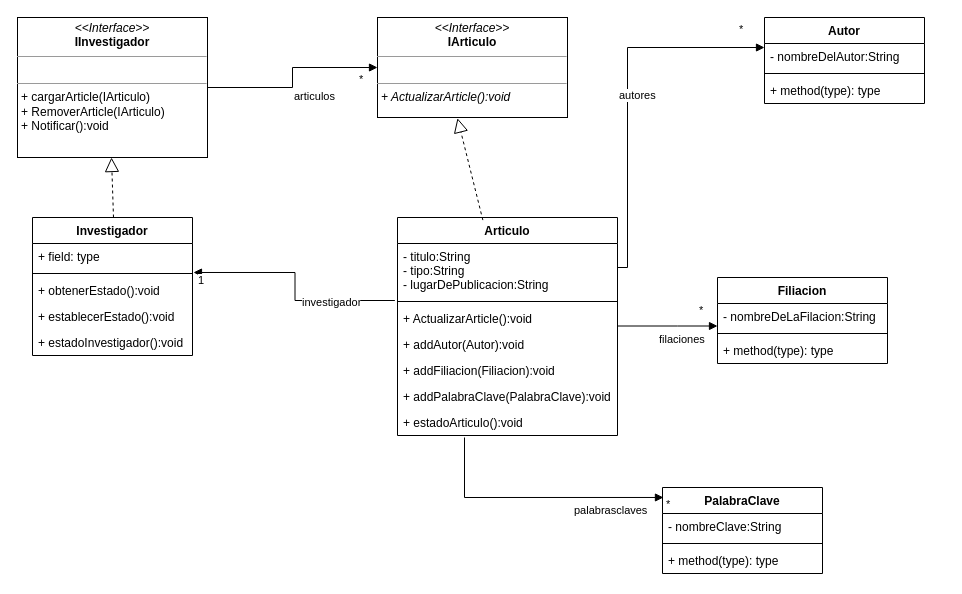
This is unq-po2-Observer-Publicaciones.drawio from nhubczyk/Diagramas-UML, a draw.io file, before an edit. Source tidied: cells renumbered, new cells numbered last; positions are measured from the earlier drawing's top-left corner, leaving out a move shared by most shapes. Both pictures are drawn from the tidied source at 100%, with x=0, y=0 at pixel (17, 17).
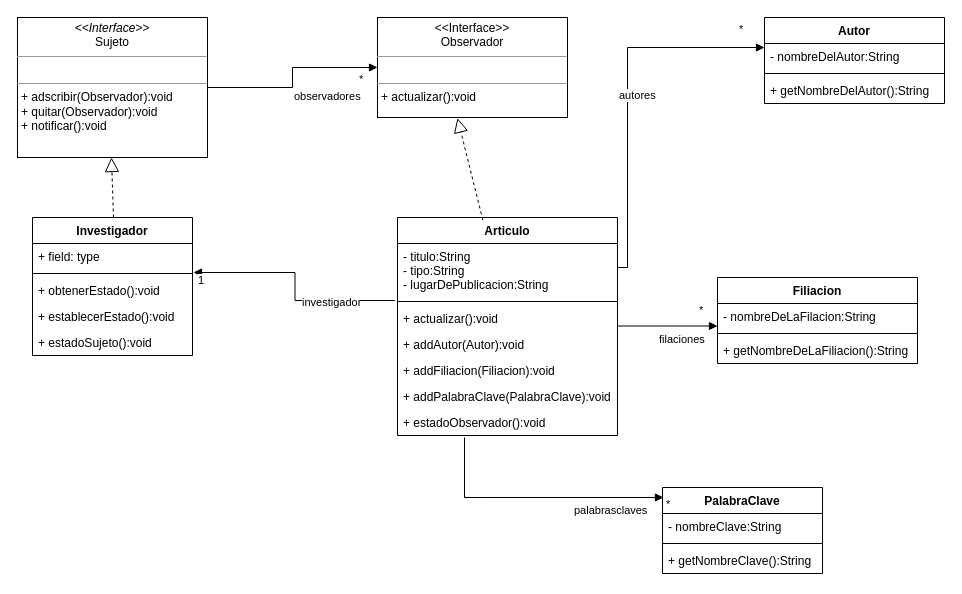
The same page after the edit.

The change refers to these unchanged cells:
```xml
<mxCell id="6" value="Articulo" style="swimlane;fontStyle=1;align=center;verticalAlign=top;horizontal=1;startSize=26;" parent="1" vertex="1">
  <mxGeometry x="380" y="200" width="220" height="218" as="geometry" />
</mxCell>
<mxCell id="15" value="Investigador" style="swimlane;fontStyle=1;align=center;verticalAlign=top;horizontal=1;startSize=26;" parent="1" vertex="1">
  <mxGeometry x="15" y="200" width="160" height="138" as="geometry" />
</mxCell>
<mxCell id="36" value="PalabraClave" style="swimlane;fontStyle=1;align=center;verticalAlign=top;horizontal=1;startSize=26;" parent="1" vertex="1">
  <mxGeometry x="645" y="470" width="160" height="86" as="geometry" />
</mxCell>
```

Change to the diagram source:
```diff
@@
-    <mxCell id="2" value="&lt;p style=&quot;margin:0px;margin-top:4px;text-align:center;&quot;&gt;&lt;i&gt;&amp;lt;&amp;lt;Interface&amp;gt;&amp;gt;&lt;/i&gt;&lt;br&gt;&lt;b&gt;IInvestigador&lt;/b&gt;&lt;/p&gt;&lt;hr size=&quot;1&quot;&gt;&lt;p style=&quot;margin:0px;margin-left:4px;&quot;&gt;&lt;br&gt;&lt;/p&gt;&lt;hr size=&quot;1&quot;&gt;&lt;p style=&quot;margin:0px;margin-left:4px;&quot;&gt;+ cargarArticle(IArticulo)&lt;/p&gt;&lt;p style=&quot;margin:0px;margin-left:4px;&quot;&gt;+ RemoverArticle(IArticulo)&lt;/p&gt;&lt;p style=&quot;margin:0px;margin-left:4px;&quot;&gt;+ Notificar():void&lt;/p&gt;" style="verticalAlign=top;align=left;overflow=fill;fontSize=12;fontFamily=Helvetica;html=1;" parent="1" vertex="1">
+    <mxCell id="2" value="&lt;p style=&quot;margin:0px;margin-top:4px;text-align:center;&quot;&gt;&lt;i&gt;&amp;lt;&amp;lt;Interface&amp;gt;&amp;gt;&lt;/i&gt;&lt;br&gt;Sujeto&lt;/p&gt;&lt;hr size=&quot;1&quot;&gt;&lt;p style=&quot;margin:0px;margin-left:4px;&quot;&gt;&lt;br&gt;&lt;/p&gt;&lt;hr size=&quot;1&quot;&gt;&lt;p style=&quot;margin:0px;margin-left:4px;&quot;&gt;+ adscribir(Observador):void&lt;/p&gt;&lt;p style=&quot;margin:0px;margin-left:4px;&quot;&gt;+ quitar(Observador):void&lt;/p&gt;&lt;p style=&quot;margin:0px;margin-left:4px;&quot;&gt;+ notificar():void&lt;/p&gt;" style="verticalAlign=top;align=left;overflow=fill;fontSize=12;fontFamily=Helvetica;html=1;" parent="1" vertex="1">
       <mxGeometry width="190" height="140" as="geometry" />
     </mxCell>
-    <mxCell id="3" value="&lt;p style=&quot;margin:0px;margin-top:4px;text-align:center;&quot;&gt;&lt;i&gt;&amp;lt;&amp;lt;Interface&amp;gt;&amp;gt;&lt;/i&gt;&lt;br&gt;&lt;b&gt;IArticulo&lt;/b&gt;&lt;/p&gt;&lt;hr size=&quot;1&quot;&gt;&lt;p style=&quot;margin:0px;margin-left:4px;&quot;&gt;&lt;br&gt;&lt;/p&gt;&lt;hr size=&quot;1&quot;&gt;&lt;p style=&quot;margin:0px;margin-left:4px;&quot;&gt;&lt;i&gt;+ ActualizarArticle():void&lt;/i&gt;&lt;/p&gt;" style="verticalAlign=top;align=left;overflow=fill;fontSize=12;fontFamily=Helvetica;html=1;" parent="1" vertex="1">
+    <mxCell id="3" value="&lt;p style=&quot;margin:0px;margin-top:4px;text-align:center;&quot;&gt;&amp;lt;&amp;lt;Interface&amp;gt;&amp;gt;&lt;br&gt;Observador&lt;/p&gt;&lt;hr size=&quot;1&quot;&gt;&lt;p style=&quot;margin:0px;margin-left:4px;&quot;&gt;&lt;br&gt;&lt;/p&gt;&lt;hr size=&quot;1&quot;&gt;&lt;p style=&quot;margin:0px;margin-left:4px;&quot;&gt;+ actualizar():void&lt;/p&gt;" style="verticalAlign=top;align=left;overflow=fill;fontSize=12;fontFamily=Helvetica;html=1;" parent="1" vertex="1">
       <mxGeometry x="360" width="190" height="100" as="geometry" />
     </mxCell>
-    <mxCell id="4" value="articulos" style="endArrow=block;endFill=1;html=1;edgeStyle=orthogonalEdgeStyle;align=left;verticalAlign=top;rounded=0;entryX=0;entryY=0.5;entryDx=0;entryDy=0;exitX=1;exitY=0.5;exitDx=0;exitDy=0;" parent="1" edge="1" source="2" target="3">
+    <mxCell id="4" value="observadores" style="endArrow=block;endFill=1;html=1;edgeStyle=orthogonalEdgeStyle;align=left;verticalAlign=top;rounded=0;entryX=0;entryY=0.5;entryDx=0;entryDy=0;exitX=1;exitY=0.5;exitDx=0;exitDy=0;" parent="1" edge="1" source="2" target="3">
       <mxGeometry x="-0.06" relative="1" as="geometry" />
     </mxCell>
@@
-    <mxCell id="9" value="+ ActualizarArticle():void" style="text;strokeColor=none;fillColor=none;align=left;verticalAlign=top;spacingLeft=4;spacingRight=4;overflow=hidden;points=[[0,0.5],[1,0.5]];portConstraint=eastwest;" parent="6" vertex="1">
+    <mxCell id="9" value="+ actualizar():void" style="text;strokeColor=none;fillColor=none;align=left;verticalAlign=top;spacingLeft=4;spacingRight=4;overflow=hidden;points=[[0,0.5],[1,0.5]];portConstraint=eastwest;" parent="6" vertex="1">
       <mxGeometry y="88" width="220" height="26" as="geometry" />
     </mxCell>
@@
-    <mxCell id="13" value="+ estadoArticulo():void" style="text;strokeColor=none;fillColor=none;align=left;verticalAlign=top;spacingLeft=4;spacingRight=4;overflow=hidden;" parent="6" vertex="1">
+    <mxCell id="13" value="+ estadoObservador():void" style="text;strokeColor=none;fillColor=none;align=left;verticalAlign=top;spacingLeft=4;spacingRight=4;overflow=hidden;" parent="6" vertex="1">
       <mxGeometry y="192" width="220" height="26" as="geometry" />
     </mxCell>
@@
-    <mxCell id="20" value="+ estadoInvestigador():void" style="text;strokeColor=none;fillColor=none;align=left;verticalAlign=top;spacingLeft=4;spacingRight=4;overflow=hidden;" parent="15" vertex="1">
+    <mxCell id="20" value="+ estadoSujeto():void" style="text;strokeColor=none;fillColor=none;align=left;verticalAlign=top;spacingLeft=4;spacingRight=4;overflow=hidden;" parent="15" vertex="1">
       <mxGeometry y="112" width="160" height="26" as="geometry" />
     </mxCell>
@@
     <mxCell id="24" value="Autor" style="swimlane;fontStyle=1;align=center;verticalAlign=top;horizontal=1;startSize=26;" parent="1" vertex="1">
-      <mxGeometry x="747" width="160" height="86" as="geometry" />
+      <mxGeometry x="747" width="180" height="86" as="geometry" />
     </mxCell>
     <mxCell id="25" value="- nombreDelAutor:String&#10;" style="text;strokeColor=none;fillColor=none;align=left;verticalAlign=top;spacingLeft=4;spacingRight=4;overflow=hidden;points=[[0,0.5],[1,0.5]];portConstraint=eastwest;" parent="24" vertex="1">
-      <mxGeometry y="26" width="160" height="26" as="geometry" />
+      <mxGeometry y="26" width="180" height="26" as="geometry" />
     </mxCell>
     <mxCell id="26" style="line;strokeWidth=1;fillColor=none;align=left;verticalAlign=middle;spacingTop=-1;spacingLeft=3;spacingRight=3;labelPosition=right;strokeColor=inherit;" parent="24" vertex="1">
-      <mxGeometry y="52" width="160" height="8" as="geometry" />
+      <mxGeometry y="52" width="180" height="8" as="geometry" />
     </mxCell>
-    <mxCell id="27" value="+ method(type): type" style="text;strokeColor=none;fillColor=none;align=left;verticalAlign=top;spacingLeft=4;spacingRight=4;overflow=hidden;" parent="24" vertex="1">
-      <mxGeometry y="60" width="160" height="26" as="geometry" />
+    <mxCell id="27" value="+ getNombreDelAutor():String" style="text;strokeColor=none;fillColor=none;align=left;verticalAlign=top;spacingLeft=4;spacingRight=4;overflow=hidden;" parent="24" vertex="1">
+      <mxGeometry y="60" width="180" height="26" as="geometry" />
     </mxCell>
@@
     <mxCell id="30" value="Filiacion" style="swimlane;fontStyle=1;align=center;verticalAlign=top;horizontal=1;startSize=26;" parent="1" vertex="1">
-      <mxGeometry x="700" y="260" width="170" height="86" as="geometry" />
+      <mxGeometry x="700" y="260" width="200" height="86" as="geometry" />
     </mxCell>
     <mxCell id="31" value="- nombreDeLaFilacion:String" style="text;strokeColor=none;fillColor=none;align=left;verticalAlign=top;spacingLeft=4;spacingRight=4;overflow=hidden;" parent="30" vertex="1">
-      <mxGeometry y="26" width="170" height="26" as="geometry" />
+      <mxGeometry y="26" width="200" height="26" as="geometry" />
     </mxCell>
     <mxCell id="32" style="line;strokeWidth=1;fillColor=none;align=left;verticalAlign=middle;spacingTop=-1;spacingLeft=3;spacingRight=3;labelPosition=right;strokeColor=inherit;" parent="30" vertex="1">
-      <mxGeometry y="52" width="170" height="8" as="geometry" />
+      <mxGeometry y="52" width="200" height="8" as="geometry" />
     </mxCell>
-    <mxCell id="33" value="+ method(type): type" style="text;strokeColor=none;fillColor=none;align=left;verticalAlign=top;spacingLeft=4;spacingRight=4;overflow=hidden;" parent="30" vertex="1">
-      <mxGeometry y="60" width="170" height="26" as="geometry" />
+    <mxCell id="33" value="+ getNombreDeLaFiliacion():String" style="text;strokeColor=none;fillColor=none;align=left;verticalAlign=top;spacingLeft=4;spacingRight=4;overflow=hidden;" parent="30" vertex="1">
+      <mxGeometry y="60" width="200" height="26" as="geometry" />
     </mxCell>
@@
-    <mxCell id="39" value="+ method(type): type" style="text;strokeColor=none;fillColor=none;align=left;verticalAlign=top;spacingLeft=4;spacingRight=4;overflow=hidden;" parent="36" vertex="1">
+    <mxCell id="39" value="+ getNombreClave():String" style="text;strokeColor=none;fillColor=none;align=left;verticalAlign=top;spacingLeft=4;spacingRight=4;overflow=hidden;" parent="36" vertex="1">
       <mxGeometry y="60" width="160" height="26" as="geometry" />
     </mxCell>
```
